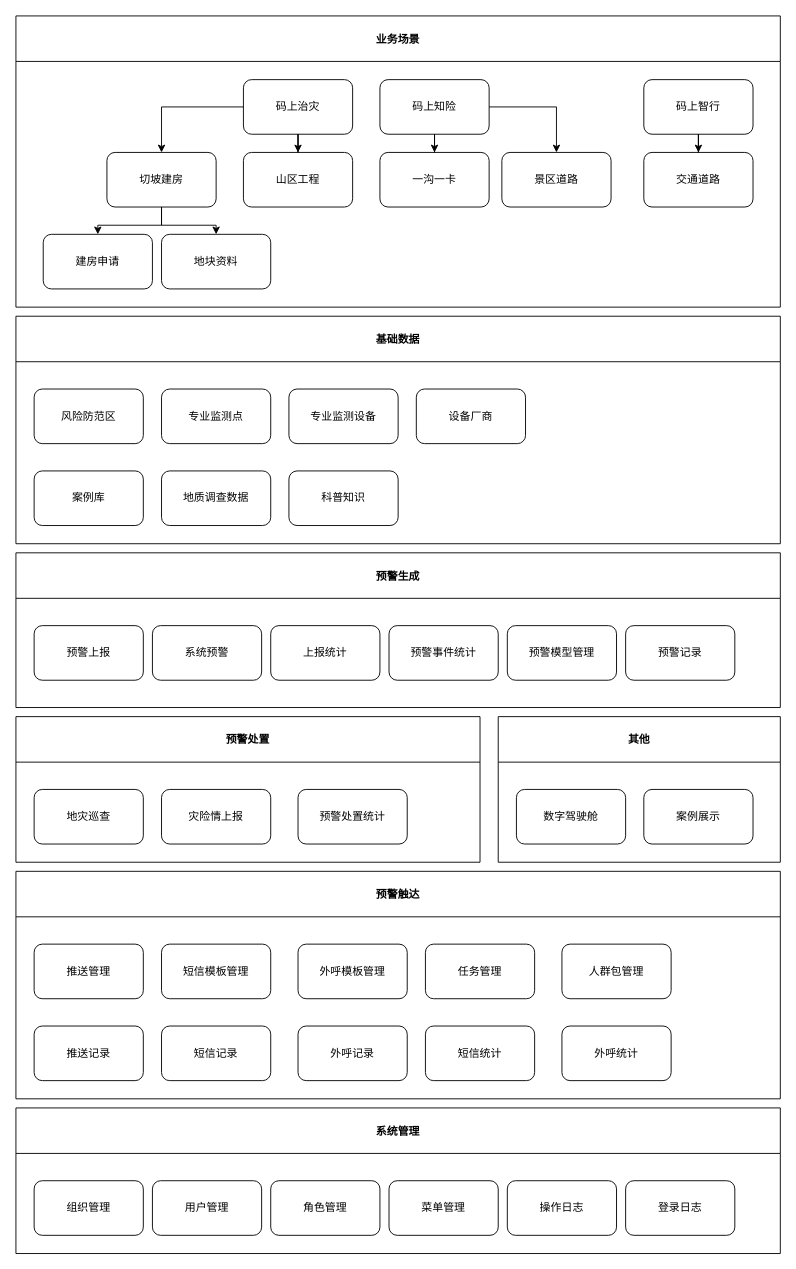
The draw.io diagram 柯城地灾模块设计.drawio in shoacom/docs, before the edit. Source tidied: cells renumbered, new cells numbered last; positions are measured from the earlier drawing's top-left corner, leaving out a move shared by most shapes. Both pictures are drawn from the tidied source at 91%, with x=0, y=0 at pixel (15, 15).
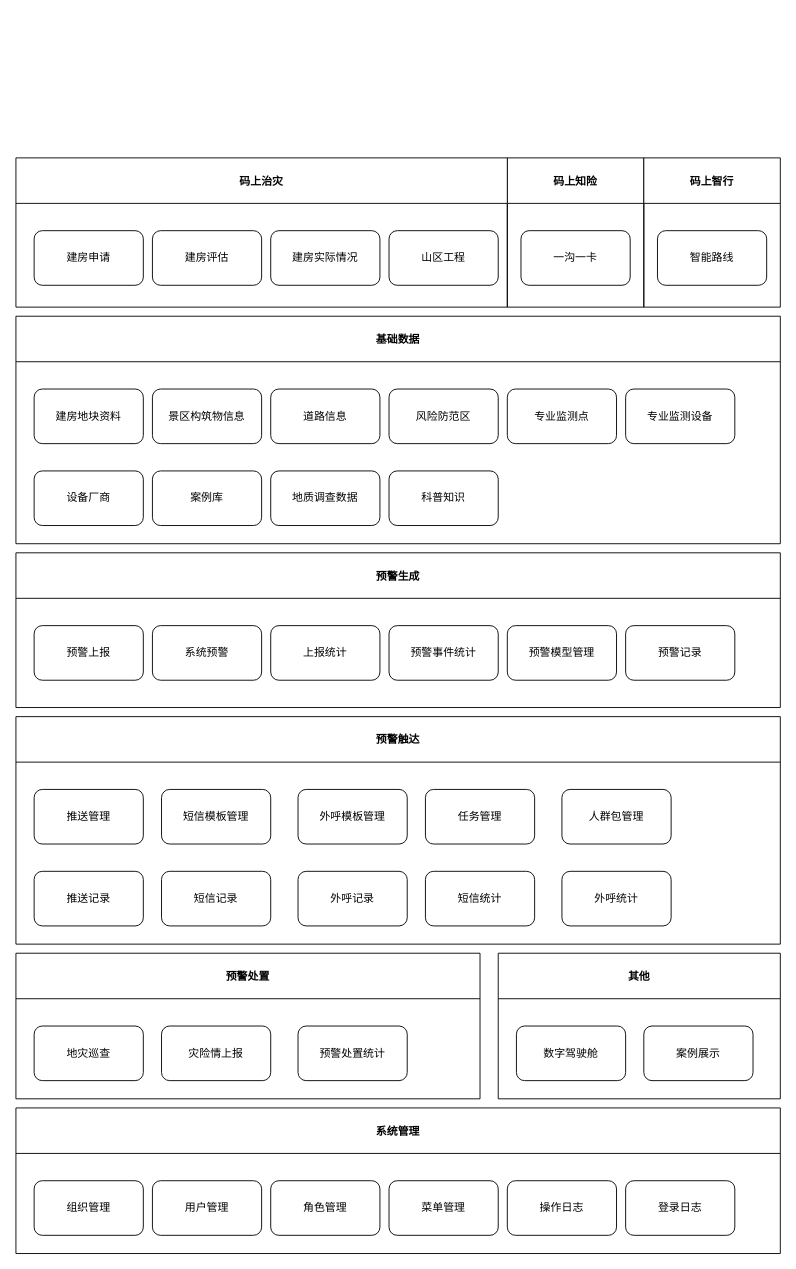
After the change.

Commit message:
Update 柯城地灾模块设计.drawio

The change refers to these unchanged cells:
```xml
<mxCell id="20" value="基础数据" style="swimlane;fontColor=default;strokeColor=default;fillColor=default;startSize=50;" parent="1" vertex="1">
  <mxGeometry y="330" width="840" height="250" as="geometry" />
</mxCell>
```

What changed in the source:
```diff
@@
-    <mxCell id="2" value="业务场景" style="swimlane;fontColor=default;strokeColor=default;fillColor=default;startSize=50;" parent="1" vertex="1">
-      <mxGeometry width="840" height="320" as="geometry" />
+    <mxCell id="2" value="码上知险" style="swimlane;fontColor=default;strokeColor=default;fillColor=default;startSize=50;" parent="1" vertex="1">
+      <mxGeometry x="540" y="156" width="150" height="164" as="geometry" />
     </mxCell>
-    <mxCell id="3" value="码上治灾" style="rounded=1;whiteSpace=wrap;html=1;fillColor=default;strokeColor=default;fontColor=default;labelBackgroundColor=default;" parent="2" vertex="1">
-      <mxGeometry x="250" y="70" width="120" height="60" as="geometry" />
-    </mxCell>
-    <mxCell id="4" value="切坡建房" style="whiteSpace=wrap;html=1;rounded=1;fillColor=default;strokeColor=default;fontColor=default;labelBackgroundColor=default;" parent="2" vertex="1">
-      <mxGeometry x="100" y="150" width="120" height="60" as="geometry" />
-    </mxCell>
-    <mxCell id="5" style="edgeStyle=orthogonalEdgeStyle;rounded=0;jettySize=auto;html=1;fontColor=default;strokeColor=default;labelBackgroundColor=default;fillColor=default;" parent="2" edge="1" source="3" target="4">
-      <mxGeometry relative="1" as="geometry" />
-    </mxCell>
-    <mxCell id="6" value="山区工程" style="whiteSpace=wrap;html=1;rounded=1;strokeColor=default;labelBackgroundColor=default;fontColor=default;fillColor=default;" parent="2" vertex="1">
-      <mxGeometry x="250" y="150" width="120" height="60" as="geometry" />
-    </mxCell>
-    <mxCell id="7" style="edgeStyle=orthogonalEdgeStyle;rounded=0;jettySize=auto;html=1;fontColor=default;strokeColor=default;labelBackgroundColor=default;fillColor=default;" parent="2" edge="1" source="3" target="6">
-      <mxGeometry relative="1" as="geometry" />
-    </mxCell>
-    <mxCell id="8" value="码上知险" style="rounded=1;whiteSpace=wrap;html=1;fillColor=default;strokeColor=default;fontColor=default;labelBackgroundColor=default;" parent="2" vertex="1">
-      <mxGeometry x="400" y="70" width="120" height="60" as="geometry" />
-    </mxCell>
-    <mxCell id="9" value="一沟一卡" style="whiteSpace=wrap;html=1;rounded=1;strokeColor=default;labelBackgroundColor=default;fontColor=default;fillColor=default;" parent="2" vertex="1">
-      <mxGeometry x="400" y="150" width="120" height="60" as="geometry" />
-    </mxCell>
-    <mxCell id="10" style="edgeStyle=orthogonalEdgeStyle;rounded=0;jettySize=auto;html=1;fontColor=default;strokeColor=default;labelBackgroundColor=default;fillColor=default;" parent="2" edge="1" source="8" target="9">
-      <mxGeometry relative="1" as="geometry" />
-    </mxCell>
-    <mxCell id="11" value="景区道路" style="whiteSpace=wrap;html=1;rounded=1;fillColor=default;strokeColor=default;fontColor=default;labelBackgroundColor=default;" parent="2" vertex="1">
-      <mxGeometry x="534" y="150" width="120" height="60" as="geometry" />
-    </mxCell>
-    <mxCell id="12" style="edgeStyle=orthogonalEdgeStyle;rounded=0;jettySize=auto;html=1;fontColor=default;strokeColor=default;labelBackgroundColor=default;fillColor=default;" parent="2" edge="1" source="8" target="11">
-      <mxGeometry relative="1" as="geometry" />
-    </mxCell>
-    <mxCell id="13" value="码上智行" style="rounded=1;whiteSpace=wrap;html=1;fillColor=default;strokeColor=default;fontColor=default;labelBackgroundColor=default;" parent="2" vertex="1">
-      <mxGeometry x="690" y="70" width="120" height="60" as="geometry" />
-    </mxCell>
-    <mxCell id="14" value="交通道路" style="whiteSpace=wrap;html=1;rounded=1;strokeColor=default;labelBackgroundColor=default;fontColor=default;fillColor=default;" parent="2" vertex="1">
-      <mxGeometry x="690" y="150" width="120" height="60" as="geometry" />
-    </mxCell>
-    <mxCell id="15" style="edgeStyle=orthogonalEdgeStyle;rounded=0;jettySize=auto;html=1;fontColor=default;strokeColor=default;labelBackgroundColor=default;fillColor=default;" parent="2" edge="1" source="13" target="14">
-      <mxGeometry relative="1" as="geometry" />
-    </mxCell>
-    <mxCell id="16" value="地块资料" style="whiteSpace=wrap;html=1;rounded=1;fillColor=default;strokeColor=default;fontColor=default;labelBackgroundColor=default;" parent="2" vertex="1">
-      <mxGeometry x="160" y="240" width="120" height="60" as="geometry" />
-    </mxCell>
-    <mxCell id="17" style="edgeStyle=orthogonalEdgeStyle;rounded=0;jettySize=auto;html=1;fontColor=default;strokeColor=default;labelBackgroundColor=default;fillColor=default;" parent="2" edge="1" source="4" target="16">
-      <mxGeometry relative="1" as="geometry" />
-    </mxCell>
-    <mxCell id="18" value="&lt;span&gt;建房申请&lt;/span&gt;" style="whiteSpace=wrap;html=1;rounded=1;labelBackgroundColor=default;fillColor=default;strokeColor=default;fontColor=default;" parent="2" vertex="1">
-      <mxGeometry x="30" y="240" width="120" height="60" as="geometry" />
+    <mxCell id="18" value="&lt;span&gt;一沟一卡&lt;/span&gt;" style="whiteSpace=wrap;html=1;rounded=1;labelBackgroundColor=default;fillColor=default;strokeColor=default;fontColor=default;" parent="2" vertex="1">
+      <mxGeometry x="15" y="80" width="120" height="60" as="geometry" />
     </mxCell>
-    <mxCell id="19" style="edgeStyle=orthogonalEdgeStyle;rounded=0;jettySize=auto;html=1;labelBackgroundColor=default;fontColor=default;strokeColor=default;fillColor=default;" parent="2" edge="1" source="4" target="18">
-      <mxGeometry relative="1" as="geometry" />
-    </mxCell>
@@
     <mxCell id="21" value="风险防范区" style="rounded=1;whiteSpace=wrap;html=1;labelBackgroundColor=default;fontColor=default;strokeColor=default;fillColor=default;" parent="20" vertex="1">
-      <mxGeometry x="20" y="80" width="120" height="60" as="geometry" />
+      <mxGeometry x="410" y="80" width="120" height="60" as="geometry" />
     </mxCell>
     <mxCell id="22" value="专业监测点" style="rounded=1;whiteSpace=wrap;html=1;labelBackgroundColor=default;fontColor=default;strokeColor=default;fillColor=default;" parent="20" vertex="1">
-      <mxGeometry x="160" y="80" width="120" height="60" as="geometry" />
+      <mxGeometry x="540" y="80" width="120" height="60" as="geometry" />
     </mxCell>
     <mxCell id="23" value="专业监测设备" style="rounded=1;whiteSpace=wrap;html=1;labelBackgroundColor=default;fontColor=default;strokeColor=default;fillColor=default;" parent="20" vertex="1">
-      <mxGeometry x="300" y="80" width="120" height="60" as="geometry" />
+      <mxGeometry x="670" y="80" width="120" height="60" as="geometry" />
     </mxCell>
     <mxCell id="24" value="设备厂商" style="rounded=1;whiteSpace=wrap;html=1;labelBackgroundColor=default;fontColor=default;strokeColor=default;fillColor=default;" parent="20" vertex="1">
-      <mxGeometry x="440" y="80" width="120" height="60" as="geometry" />
+      <mxGeometry x="20" y="170" width="120" height="60" as="geometry" />
     </mxCell>
     <mxCell id="25" value="案例库" style="rounded=1;whiteSpace=wrap;html=1;labelBackgroundColor=default;fontColor=default;strokeColor=default;fillColor=default;" parent="20" vertex="1">
-      <mxGeometry x="20" y="170" width="120" height="60" as="geometry" />
+      <mxGeometry x="150" y="170" width="120" height="60" as="geometry" />
     </mxCell>
     <mxCell id="26" value="地质调查数据" style="rounded=1;whiteSpace=wrap;html=1;labelBackgroundColor=default;fontColor=default;strokeColor=default;fillColor=default;" parent="20" vertex="1">
-      <mxGeometry x="160" y="170" width="120" height="60" as="geometry" />
+      <mxGeometry x="280" y="170" width="120" height="60" as="geometry" />
     </mxCell>
     <mxCell id="27" value="科普知识" style="rounded=1;whiteSpace=wrap;html=1;labelBackgroundColor=default;fontColor=default;strokeColor=default;fillColor=default;" parent="20" vertex="1">
-      <mxGeometry x="300" y="170" width="120" height="60" as="geometry" />
+      <mxGeometry x="410" y="170" width="120" height="60" as="geometry" />
     </mxCell>
+    <mxCell id="16" value="建房地块资料" style="whiteSpace=wrap;html=1;rounded=1;fillColor=default;strokeColor=default;fontColor=default;labelBackgroundColor=default;" parent="20" vertex="1">
+      <mxGeometry x="20" y="80" width="120" height="60" as="geometry" />
+    </mxCell>
+    <mxCell id="60" value="景区构筑物信息" style="whiteSpace=wrap;html=1;rounded=1;fillColor=default;strokeColor=default;fontColor=default;labelBackgroundColor=default;" parent="20" vertex="1">
+      <mxGeometry x="150" y="80" width="120" height="60" as="geometry" />
+    </mxCell>
+    <mxCell id="61" value="道路信息" style="whiteSpace=wrap;html=1;rounded=1;fillColor=default;strokeColor=default;fontColor=default;labelBackgroundColor=default;" parent="20" vertex="1">
+      <mxGeometry x="280" y="80" width="120" height="60" as="geometry" />
+    </mxCell>
@@
     <mxCell id="35" value="预警处置" style="swimlane;fontColor=default;strokeColor=default;fillColor=default;startSize=50;" parent="1" vertex="1">
-      <mxGeometry y="770" width="510" height="160" as="geometry" />
+      <mxGeometry y="1030" width="510" height="160" as="geometry" />
     </mxCell>
@@
+    <mxCell id="50" value="其他" style="swimlane;fontColor=default;strokeColor=default;fillColor=default;startSize=50;" parent="1" vertex="1">
+      <mxGeometry x="530" y="1030" width="310" height="160" as="geometry" />
+    </mxCell>
+    <mxCell id="51" value="案例展示" style="rounded=1;whiteSpace=wrap;html=1;labelBackgroundColor=default;fontColor=default;strokeColor=default;fillColor=default;" parent="50" vertex="1">
+      <mxGeometry x="160" y="80" width="120" height="60" as="geometry" />
+    </mxCell>
+    <mxCell id="52" value="数字驾驶舱" style="rounded=1;whiteSpace=wrap;html=1;labelBackgroundColor=default;fontColor=default;strokeColor=default;fillColor=default;" parent="50" vertex="1">
+      <mxGeometry x="20" y="80" width="120" height="60" as="geometry" />
+    </mxCell>
+    <mxCell id="53" value="系统管理" style="swimlane;fontColor=default;strokeColor=default;fillColor=default;startSize=50;" parent="1" vertex="1">
+      <mxGeometry y="1200" width="840" height="160" as="geometry" />
+    </mxCell>
+    <mxCell id="54" value="用户管理" style="rounded=1;whiteSpace=wrap;html=1;labelBackgroundColor=default;fontColor=default;strokeColor=default;fillColor=default;" parent="53" vertex="1">
+      <mxGeometry x="150" y="80" width="120" height="60" as="geometry" />
+    </mxCell>
+    <mxCell id="55" value="组织管理" style="rounded=1;whiteSpace=wrap;html=1;labelBackgroundColor=default;fontColor=default;strokeColor=default;fillColor=default;" parent="53" vertex="1">
+      <mxGeometry x="20" y="80" width="120" height="60" as="geometry" />
+    </mxCell>
+    <mxCell id="56" value="角色管理" style="rounded=1;whiteSpace=wrap;html=1;labelBackgroundColor=default;fontColor=default;strokeColor=default;fillColor=default;" parent="53" vertex="1">
+      <mxGeometry x="280" y="80" width="120" height="60" as="geometry" />
+    </mxCell>
+    <mxCell id="57" value="菜单管理" style="rounded=1;whiteSpace=wrap;html=1;labelBackgroundColor=default;fontColor=default;strokeColor=default;fillColor=default;" parent="53" vertex="1">
+      <mxGeometry x="410" y="80" width="120" height="60" as="geometry" />
+    </mxCell>
+    <mxCell id="58" value="操作日志" style="rounded=1;whiteSpace=wrap;html=1;labelBackgroundColor=default;fontColor=default;strokeColor=default;fillColor=default;" parent="53" vertex="1">
+      <mxGeometry x="540" y="80" width="120" height="60" as="geometry" />
+    </mxCell>
+    <mxCell id="59" value="登录日志" style="rounded=1;whiteSpace=wrap;html=1;labelBackgroundColor=default;fontColor=default;strokeColor=default;fillColor=default;" parent="53" vertex="1">
+      <mxGeometry x="670" y="80" width="120" height="60" as="geometry" />
+    </mxCell>
     <mxCell id="39" value="预警触达" style="swimlane;fontColor=default;strokeColor=default;fillColor=default;startSize=50;" parent="1" vertex="1">
-      <mxGeometry y="940" width="840" height="250" as="geometry" />
+      <mxGeometry y="770" width="840" height="250" as="geometry" />
     </mxCell>
@@
-    <mxCell id="50" value="其他" style="swimlane;fontColor=default;strokeColor=default;fillColor=default;startSize=50;" parent="1" vertex="1">
-      <mxGeometry x="530" y="770" width="310" height="160" as="geometry" />
-    </mxCell>
-    <mxCell id="51" value="案例展示" style="rounded=1;whiteSpace=wrap;html=1;labelBackgroundColor=default;fontColor=default;strokeColor=default;fillColor=default;" parent="50" vertex="1">
-      <mxGeometry x="160" y="80" width="120" height="60" as="geometry" />
-    </mxCell>
-    <mxCell id="52" value="数字驾驶舱" style="rounded=1;whiteSpace=wrap;html=1;labelBackgroundColor=default;fontColor=default;strokeColor=default;fillColor=default;" parent="50" vertex="1">
-      <mxGeometry x="20" y="80" width="120" height="60" as="geometry" />
-    </mxCell>
-    <mxCell id="53" value="系统管理" style="swimlane;fontColor=default;strokeColor=default;fillColor=default;startSize=50;" parent="1" vertex="1">
-      <mxGeometry y="1200" width="840" height="160" as="geometry" />
-    </mxCell>
-    <mxCell id="54" value="用户管理" style="rounded=1;whiteSpace=wrap;html=1;labelBackgroundColor=default;fontColor=default;strokeColor=default;fillColor=default;" parent="53" vertex="1">
-      <mxGeometry x="150" y="80" width="120" height="60" as="geometry" />
-    </mxCell>
-    <mxCell id="55" value="组织管理" style="rounded=1;whiteSpace=wrap;html=1;labelBackgroundColor=default;fontColor=default;strokeColor=default;fillColor=default;" parent="53" vertex="1">
-      <mxGeometry x="20" y="80" width="120" height="60" as="geometry" />
-    </mxCell>
-    <mxCell id="56" value="角色管理" style="rounded=1;whiteSpace=wrap;html=1;labelBackgroundColor=default;fontColor=default;strokeColor=default;fillColor=default;" parent="53" vertex="1">
-      <mxGeometry x="280" y="80" width="120" height="60" as="geometry" />
-    </mxCell>
-    <mxCell id="57" value="菜单管理" style="rounded=1;whiteSpace=wrap;html=1;labelBackgroundColor=default;fontColor=default;strokeColor=default;fillColor=default;" parent="53" vertex="1">
-      <mxGeometry x="410" y="80" width="120" height="60" as="geometry" />
-    </mxCell>
-    <mxCell id="58" value="操作日志" style="rounded=1;whiteSpace=wrap;html=1;labelBackgroundColor=default;fontColor=default;strokeColor=default;fillColor=default;" parent="53" vertex="1">
-      <mxGeometry x="540" y="80" width="120" height="60" as="geometry" />
-    </mxCell>
-    <mxCell id="59" value="登录日志" style="rounded=1;whiteSpace=wrap;html=1;labelBackgroundColor=default;fontColor=default;strokeColor=default;fillColor=default;" parent="53" vertex="1">
-      <mxGeometry x="670" y="80" width="120" height="60" as="geometry" />
-    </mxCell>
+    <mxCell id="3" value="码上治灾" style="swimlane;fontColor=default;strokeColor=default;fillColor=default;startSize=50;" parent="1" vertex="1">
+      <mxGeometry y="156" width="540" height="164" as="geometry" />
+    </mxCell>
+    <mxCell id="62" value="建房评估" style="whiteSpace=wrap;html=1;rounded=1;fillColor=default;strokeColor=default;fontColor=default;labelBackgroundColor=default;" parent="3" vertex="1">
+      <mxGeometry x="150" y="80" width="120" height="60" as="geometry" />
+    </mxCell>
+    <mxCell id="63" value="建房实际情况" style="whiteSpace=wrap;html=1;rounded=1;strokeColor=default;labelBackgroundColor=default;fontColor=default;fillColor=default;" parent="3" vertex="1">
+      <mxGeometry x="280" y="80" width="120" height="60" as="geometry" />
+    </mxCell>
+    <mxCell id="64" value="&lt;span&gt;建房申请&lt;/span&gt;" style="whiteSpace=wrap;html=1;rounded=1;labelBackgroundColor=default;fillColor=default;strokeColor=default;fontColor=default;" parent="3" vertex="1">
+      <mxGeometry x="20" y="80" width="120" height="60" as="geometry" />
+    </mxCell>
+    <mxCell id="6" value="&lt;span&gt;山区工程&lt;/span&gt;" style="whiteSpace=wrap;html=1;rounded=1;labelBackgroundColor=default;fillColor=default;strokeColor=default;fontColor=default;" parent="3" vertex="1">
+      <mxGeometry x="410" y="80" width="120" height="60" as="geometry" />
+    </mxCell>
+    <mxCell id="13" value="码上智行" style="swimlane;fontColor=default;strokeColor=default;fillColor=default;startSize=50;" parent="1" vertex="1">
+      <mxGeometry x="690" y="156" width="150" height="164" as="geometry" />
+    </mxCell>
+    <mxCell id="65" value="智能路线" style="whiteSpace=wrap;html=1;rounded=1;labelBackgroundColor=default;fillColor=default;strokeColor=default;fontColor=default;" parent="13" vertex="1">
+      <mxGeometry x="15" y="80" width="120" height="60" as="geometry" />
+    </mxCell>
```
